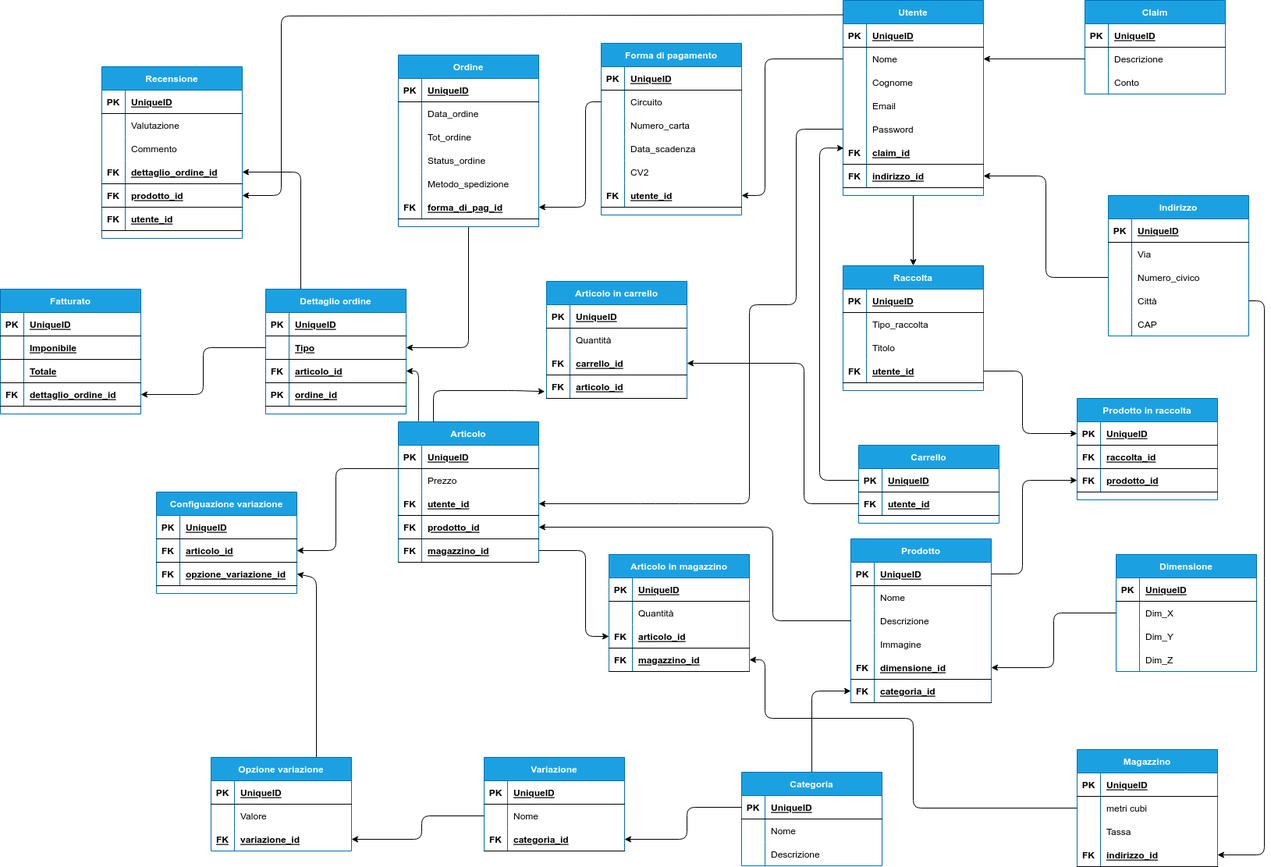
The draw.io diagram doc/modello_logico/modello_logico.png in EndriDomiUni/E-commerce, before a commit. Source tidied: cells renumbered, new cells last; positions are measured from the earlier drawing's top-left corner, leaving out a move shared by most shapes.
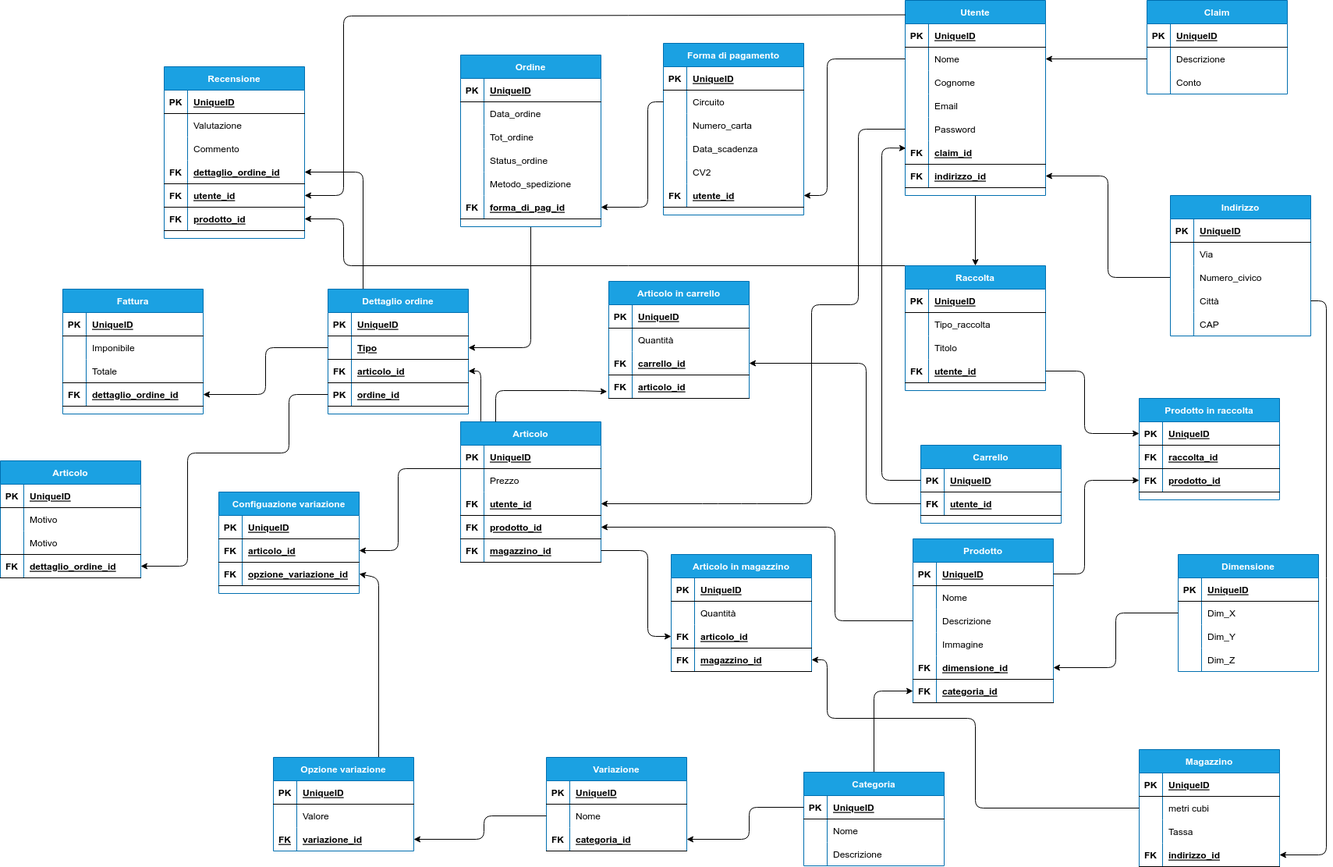
After the change.

Commit message:
Update schemas: add Reso in scheletro_finale, concettuale_finale, modello_logico_finale

Change to the diagram source:
```diff
@@ -101,6 +101,14 @@
     <mxCell id="34" value="Conto" style="shape=partialRectangle;fillColor=none;top=0;left=0;bottom=0;right=0;align=left;spacingLeft=6;overflow=hidden;" parent="32" vertex="1">
       <mxGeometry x="30" width="150" height="30" as="geometry" />
     </mxCell>
+    <mxCell id="316" style="edgeStyle=none;html=1;exitX=0;exitY=0;exitDx=0;exitDy=0;entryX=1;entryY=0.5;entryDx=0;entryDy=0;" parent="1" edge="1" source="35" target="262">
+      <mxGeometry relative="1" as="geometry">
+        <Array as="points">
+          <mxPoint x="360" y="340" />
+          <mxPoint x="360" y="280" />
+        </Array>
+      </mxGeometry>
+    </mxCell>
     <mxCell id="35" value="Raccolta" style="shape=table;startSize=30;rowLines=0;fontStyle=1;align=center;fillColor=#1ba1e2;fontColor=#ffffff;strokeColor=#006EAF;" parent="1" vertex="1">
       <mxGeometry x="1080" y="340" width="180" height="160" as="geometry" />
     </mxCell>
@@ -850,7 +858,7 @@
     <mxCell id="260" value="FK" style="shape=partialRectangle;fillColor=none;top=0;left=0;bottom=0;right=0;fontStyle=1;overflow=hidden;" parent="259" vertex="1">
       <mxGeometry width="30" height="30" as="geometry" />
     </mxCell>
-    <mxCell id="261" value="prodotto_id" style="shape=partialRectangle;fillColor=none;top=0;left=0;bottom=0;right=0;align=left;spacingLeft=6;fontStyle=5;overflow=hidden;" parent="259" vertex="1">
+    <mxCell id="261" value="utente_id" style="shape=partialRectangle;fillColor=none;top=0;left=0;bottom=0;right=0;align=left;spacingLeft=6;fontStyle=5;overflow=hidden;" parent="259" vertex="1">
       <mxGeometry x="30" width="150" height="30" as="geometry" />
     </mxCell>
     <mxCell id="262" style="shape=partialRectangle;fillColor=none;top=0;left=0;bottom=1;right=0;points=[[0,0.5],[1,0.5]];portConstraint=eastwest;" parent="246" vertex="1">
@@ -859,7 +867,7 @@
     <mxCell id="263" value="FK" style="shape=partialRectangle;fillColor=none;top=0;left=0;bottom=0;right=0;fontStyle=1;overflow=hidden;" parent="262" vertex="1">
       <mxGeometry width="30" height="30" as="geometry" />
     </mxCell>
-    <mxCell id="264" value="utente_id" style="shape=partialRectangle;fillColor=none;top=0;left=0;bottom=0;right=0;align=left;spacingLeft=6;fontStyle=5;overflow=hidden;" parent="262" vertex="1">
+    <mxCell id="264" value="prodotto_id" style="shape=partialRectangle;fillColor=none;top=0;left=0;bottom=0;right=0;align=left;spacingLeft=6;fontStyle=5;overflow=hidden;" parent="262" vertex="1">
       <mxGeometry x="30" width="150" height="30" as="geometry" />
     </mxCell>
     <mxCell id="265" value="Articolo" style="shape=table;startSize=30;rowLines=0;fontStyle=1;align=center;fillColor=#1ba1e2;fontColor=#ffffff;strokeColor=#006EAF;" parent="1" vertex="1">
@@ -1019,7 +1027,7 @@
         </Array>
       </mxGeometry>
     </mxCell>
-    <mxCell id="302" value="Fatturato" style="shape=table;startSize=30;rowLines=0;fontStyle=1;align=center;fillColor=#1ba1e2;fontColor=#ffffff;strokeColor=#006EAF;" parent="1" vertex="1">
+    <mxCell id="302" value="Fattura" style="shape=table;startSize=30;rowLines=0;fontStyle=1;align=center;fillColor=#1ba1e2;fontColor=#ffffff;strokeColor=#006EAF;" parent="1" vertex="1">
       <mxGeometry y="370" width="180" height="160" as="geometry" />
     </mxCell>
     <mxCell id="303" style="shape=partialRectangle;fillColor=none;top=0;left=0;bottom=1;right=0;" parent="302" vertex="1">
@@ -1031,22 +1039,22 @@
     <mxCell id="305" value="UniqueID" style="shape=partialRectangle;fillColor=none;top=0;left=0;bottom=0;right=0;align=left;spacingLeft=6;fontStyle=5;overflow=hidden;" parent="303" vertex="1">
       <mxGeometry x="30" width="150" height="30" as="geometry" />
     </mxCell>
-    <mxCell id="306" style="shape=partialRectangle;fillColor=none;top=0;left=0;bottom=1;right=0;" parent="302" vertex="1">
+    <mxCell id="306" style="shape=partialRectangle;fillColor=none;top=0;left=0;bottom=1;right=0;strokeColor=none;" parent="302" vertex="1">
       <mxGeometry y="60" width="180" height="30" as="geometry" />
     </mxCell>
     <mxCell id="307" style="shape=partialRectangle;fillColor=none;top=0;left=0;bottom=0;right=0;fontStyle=1;overflow=hidden;" parent="306" vertex="1">
       <mxGeometry width="30" height="30" as="geometry" />
     </mxCell>
-    <mxCell id="308" value="Imponibile" style="shape=partialRectangle;fillColor=none;top=0;left=0;bottom=0;right=0;align=left;spacingLeft=6;fontStyle=5;overflow=hidden;" parent="306" vertex="1">
+    <mxCell id="308" value="Imponibile" style="shape=partialRectangle;fillColor=none;top=0;left=0;bottom=0;right=0;align=left;spacingLeft=6;fontStyle=0;overflow=hidden;" parent="306" vertex="1">
       <mxGeometry x="30" width="150" height="30" as="geometry" />
     </mxCell>
-    <mxCell id="309" style="shape=partialRectangle;fillColor=none;top=0;left=0;bottom=1;right=0;" parent="302" vertex="1">
+    <mxCell id="309" style="shape=partialRectangle;fillColor=none;top=0;left=0;bottom=1;right=0;strokeColor=default;" parent="302" vertex="1">
       <mxGeometry y="90" width="180" height="30" as="geometry" />
     </mxCell>
     <mxCell id="310" style="shape=partialRectangle;fillColor=none;top=0;left=0;bottom=0;right=0;fontStyle=1;overflow=hidden;" parent="309" vertex="1">
       <mxGeometry width="30" height="30" as="geometry" />
     </mxCell>
-    <mxCell id="311" value="Totale" style="shape=partialRectangle;fillColor=none;top=0;left=0;bottom=0;right=0;align=left;spacingLeft=6;fontStyle=5;overflow=hidden;" parent="309" vertex="1">
+    <mxCell id="311" value="Totale" style="shape=partialRectangle;fillColor=none;top=0;left=0;bottom=0;right=0;align=left;spacingLeft=6;fontStyle=0;overflow=hidden;verticalAlign=middle;strokeColor=default;" parent="309" vertex="1">
       <mxGeometry x="30" width="150" height="30" as="geometry" />
     </mxCell>
     <mxCell id="312" style="shape=partialRectangle;fillColor=none;top=0;left=0;bottom=1;right=0;points=[[0,0.5],[1,0.5]];portConstraint=eastwest;" parent="302" vertex="1">
@@ -1066,5 +1074,54 @@
         </Array>
       </mxGeometry>
     </mxCell>
+    <mxCell id="317" value="Articolo" style="shape=table;startSize=30;rowLines=0;fontStyle=1;align=center;fillColor=#1ba1e2;fontColor=#ffffff;strokeColor=#006EAF;" parent="1" vertex="1">
+      <mxGeometry x="-80" y="590" width="180" height="150" as="geometry" />
+    </mxCell>
+    <mxCell id="318" style="shape=partialRectangle;fillColor=none;top=0;left=0;bottom=1;right=0;" parent="317" vertex="1">
+      <mxGeometry y="30" width="180" height="30" as="geometry" />
+    </mxCell>
+    <mxCell id="319" value="PK" style="shape=partialRectangle;fillColor=none;top=0;left=0;bottom=0;right=0;fontStyle=1;overflow=hidden;" parent="318" vertex="1">
+      <mxGeometry width="30" height="30" as="geometry" />
+    </mxCell>
+    <mxCell id="320" value="UniqueID" style="shape=partialRectangle;fillColor=none;top=0;left=0;bottom=0;right=0;align=left;spacingLeft=6;fontStyle=5;overflow=hidden;" parent="318" vertex="1">
+      <mxGeometry x="30" width="150" height="30" as="geometry" />
+    </mxCell>
+    <mxCell id="321" style="shape=partialRectangle;fillColor=none;top=0;left=0;bottom=0;right=0;" parent="317" vertex="1">
+      <mxGeometry y="60" width="180" height="30" as="geometry" />
+    </mxCell>
+    <mxCell id="322" style="shape=partialRectangle;fillColor=none;top=0;left=0;bottom=0;right=0;overflow=hidden;" parent="321" vertex="1">
+      <mxGeometry width="30" height="30" as="geometry" />
+    </mxCell>
+    <mxCell id="323" value="Motivo" style="shape=partialRectangle;fillColor=none;top=0;left=0;bottom=0;right=0;align=left;spacingLeft=6;overflow=hidden;" parent="321" vertex="1">
+      <mxGeometry x="30" width="150" height="30" as="geometry" />
+    </mxCell>
+    <mxCell id="324" style="shape=partialRectangle;fillColor=none;top=0;left=0;bottom=1;right=0;" parent="317" vertex="1">
+      <mxGeometry y="90" width="180" height="30" as="geometry" />
+    </mxCell>
+    <mxCell id="325" style="shape=partialRectangle;fillColor=none;top=0;left=0;bottom=0;right=0;fontStyle=1;overflow=hidden;" parent="324" vertex="1">
+      <mxGeometry width="30" height="30" as="geometry" />
+    </mxCell>
+    <mxCell id="326" value="Motivo" style="shape=partialRectangle;fillColor=none;top=0;left=0;bottom=0;right=0;align=left;spacingLeft=6;fontStyle=0;overflow=hidden;" parent="324" vertex="1">
+      <mxGeometry x="30" width="150" height="30" as="geometry" />
+    </mxCell>
+    <mxCell id="327" style="shape=partialRectangle;fillColor=none;top=0;left=0;bottom=1;right=0;points=[[0,0.5],[1,0.5]];portConstraint=eastwest;" parent="317" vertex="1">
+      <mxGeometry y="120" width="180" height="30" as="geometry" />
+    </mxCell>
+    <mxCell id="328" value="FK" style="shape=partialRectangle;fillColor=none;top=0;left=0;bottom=0;right=0;fontStyle=1;overflow=hidden;" parent="327" vertex="1">
+      <mxGeometry width="30" height="30" as="geometry" />
+    </mxCell>
+    <mxCell id="329" value="dettaglio_ordine_id" style="shape=partialRectangle;fillColor=none;top=0;left=0;bottom=0;right=0;align=left;spacingLeft=6;fontStyle=5;overflow=hidden;" parent="327" vertex="1">
+      <mxGeometry x="30" width="150" height="30" as="geometry" />
+    </mxCell>
+    <mxCell id="330" style="edgeStyle=none;html=1;exitX=0;exitY=0.5;exitDx=0;exitDy=0;entryX=1;entryY=0.5;entryDx=0;entryDy=0;" parent="1" edge="1" source="115" target="327">
+      <mxGeometry relative="1" as="geometry">
+        <Array as="points">
+          <mxPoint x="290" y="505" />
+          <mxPoint x="290" y="580" />
+          <mxPoint x="160" y="580" />
+          <mxPoint x="160" y="725" />
+        </Array>
+      </mxGeometry>
+    </mxCell>
   </root>
 </mxGraphModel>
```
